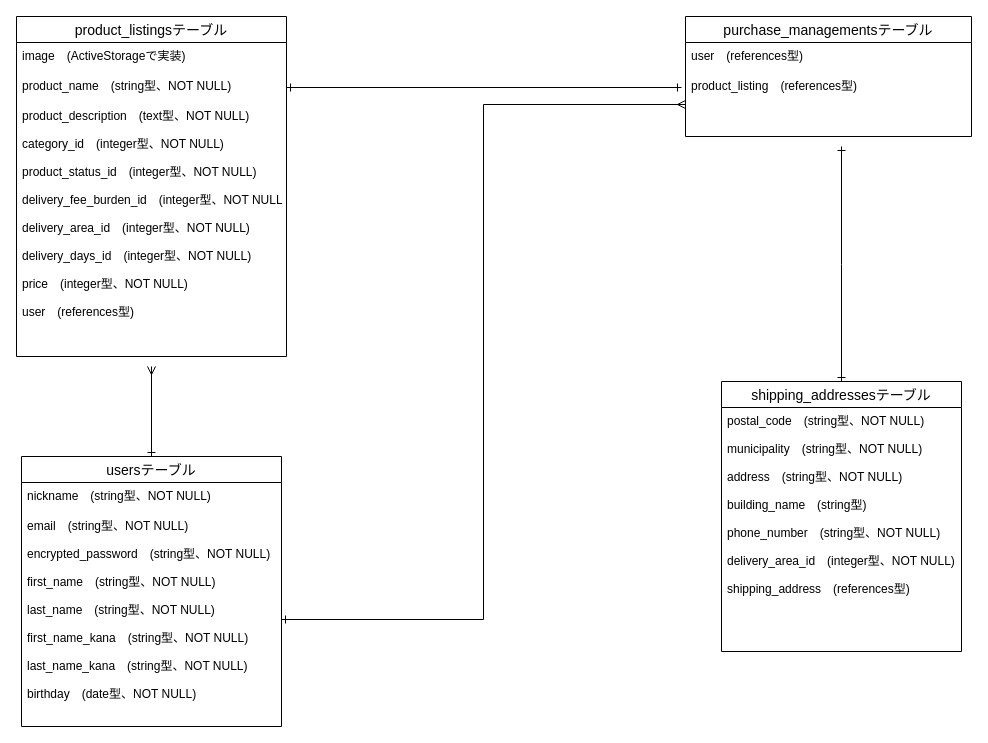
Above: test.dio in Shunsuke1523/furima-34498 (draw.io), before the change. Source tidied: cells renumbered, new cells numbered last; positions are measured from the earlier drawing's top-left corner, leaving out a move shared by most shapes. Both pictures are drawn from the tidied source at 100%, with x=0, y=0 at pixel (16, 16).
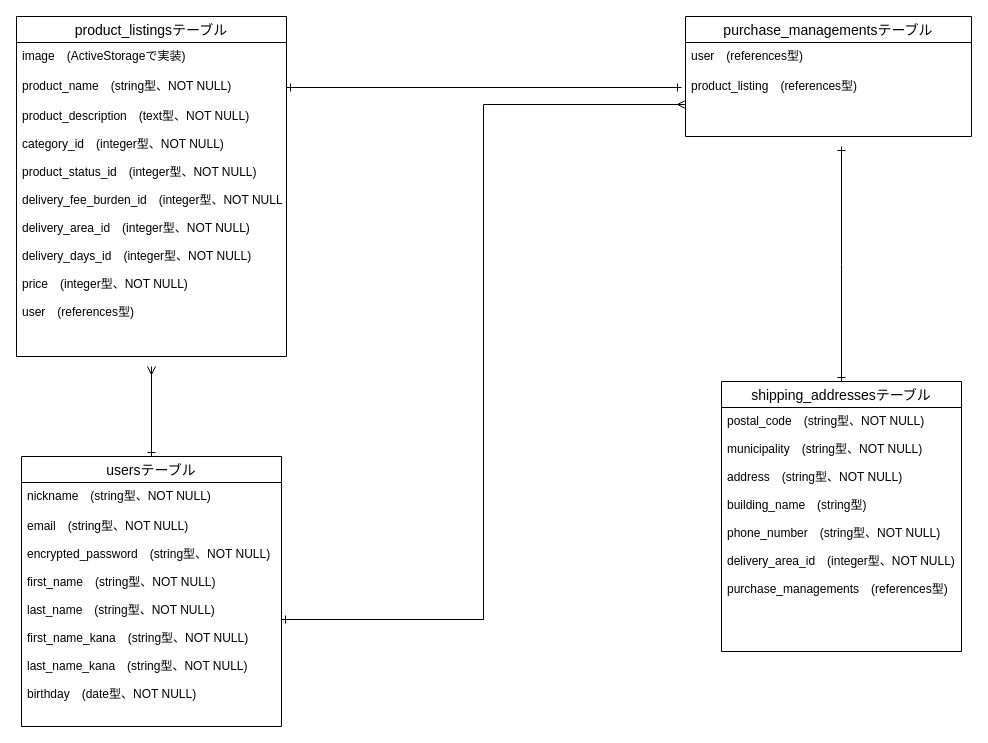
The same diagram, later.

Commit message (it also covers changes not shown here):
データベース設計 (修正)

What changed in the source:
```diff
@@
 <mxGraphModel>
   <root>
     <mxCell id="0" />
     <mxCell id="1" parent="0" />
     <mxCell id="2" style="edgeStyle=orthogonalEdgeStyle;rounded=0;jettySize=auto;html=1;startArrow=ERone;startFill=0;endArrow=ERmany;endFill=0;" parent="1" edge="1" source="3">
       <mxGeometry relative="1" as="geometry">
         <mxPoint x="135" y="350" as="targetPoint" />
       </mxGeometry>
     </mxCell>
     <mxCell id="3" value="usersテーブル" style="swimlane;fontStyle=0;horizontal=1;startSize=26;align=center;fontSize=14;" parent="1" vertex="1">
       <mxGeometry x="5" y="440" width="260" height="270" as="geometry" />
     </mxCell>
     <mxCell id="4" value="nickname　(string型、NOT NULL)" style="text;strokeColor=none;fillColor=none;spacingLeft=4;spacingRight=4;overflow=hidden;fontSize=12;" parent="3" vertex="1">
       <mxGeometry y="26" width="260" height="30" as="geometry" />
     </mxCell>
     <mxCell id="5" value="email　(string型、NOT NULL)&#10;&#10;encrypted_password　(string型、NOT NULL)&#10;&#10;first_name　(string型、NOT NULL)&#10;&#10;last_name　(string型、NOT NULL)&#10;&#10;first_name_kana　(string型、NOT NULL)&#10;&#10;last_name_kana　(string型、NOT NULL)&#10;&#10;birthday　(date型、NOT NULL)&#10;&#10;&#10;" style="text;strokeColor=none;fillColor=none;spacingLeft=4;spacingRight=4;overflow=hidden;points=[[0,0.5],[1,0.5]];portConstraint=eastwest;fontSize=12;" parent="3" vertex="1">
       <mxGeometry y="56" width="260" height="214" as="geometry" />
     </mxCell>
     <mxCell id="6" style="edgeStyle=orthogonalEdgeStyle;rounded=0;jettySize=auto;html=1;startArrow=ERone;startFill=0;endArrow=ERone;endFill=0;" parent="1" edge="1" source="7">
       <mxGeometry relative="1" as="geometry">
         <mxPoint x="825" y="130" as="targetPoint" />
       </mxGeometry>
     </mxCell>
     <mxCell id="7" value="shipping_addressesテーブル" style="swimlane;fontStyle=0;horizontal=1;startSize=26;align=center;fontSize=14;" parent="1" vertex="1">
       <mxGeometry x="705" y="365" width="240" height="270" as="geometry" />
     </mxCell>
-    <mxCell id="8" value="postal_code　(string型、NOT NULL)&#10;&#10;municipality　(string型、NOT NULL)&#10;&#10;address　(string型、NOT NULL)&#10;&#10;building_name　(string型)&#10;&#10;phone_number　(string型、NOT NULL)&#10;&#10;delivery_area_id　(integer型、NOT NULL)&#10;&#10;shipping_address　(references型)&#10;&#10;&#10;&#10;&#10;&#10;&#10;&#10;&#10;&#10;&#10;&#10;&#10;&#10;&#10;&#10;&#10;&#10;" style="text;strokeColor=none;fillColor=none;spacingLeft=4;spacingRight=4;overflow=hidden;fontSize=12;" parent="7" vertex="1">
+    <mxCell id="8" value="postal_code　(string型、NOT NULL)&#10;&#10;municipality　(string型、NOT NULL)&#10;&#10;address　(string型、NOT NULL)&#10;&#10;building_name　(string型)&#10;&#10;phone_number　(string型、NOT NULL)&#10;&#10;delivery_area_id　(integer型、NOT NULL)&#10;&#10;purchase_managements　(references型)&#10;&#10;&#10;&#10;&#10;&#10;&#10;&#10;&#10;&#10;&#10;&#10;&#10;&#10;&#10;&#10;&#10;&#10;" style="text;strokeColor=none;fillColor=none;spacingLeft=4;spacingRight=4;overflow=hidden;fontSize=12;" parent="7" vertex="1">
       <mxGeometry y="26" width="240" height="244" as="geometry" />
     </mxCell>
     <mxCell id="9" value="product_listingsテーブル" style="swimlane;fontStyle=0;horizontal=1;startSize=26;align=center;fontSize=14;" parent="1" vertex="1">
       <mxGeometry width="270" height="340" as="geometry" />
     </mxCell>
     <mxCell id="10" value="image　(ActiveStorageで実装)" style="text;strokeColor=none;fillColor=none;spacingLeft=4;spacingRight=4;overflow=hidden;fontSize=12;" parent="9" vertex="1">
       <mxGeometry y="26" width="270" height="30" as="geometry" />
     </mxCell>
     <mxCell id="11" value="product_name　(string型、NOT NULL)" style="text;strokeColor=none;fillColor=none;spacingLeft=4;spacingRight=4;overflow=hidden;points=[[0,0.5],[1,0.5]];portConstraint=eastwest;fontSize=12;" parent="9" vertex="1">
       <mxGeometry y="56" width="270" height="30" as="geometry" />
     </mxCell>
     <mxCell id="12" value="product_description　(text型、NOT NULL)&#10;&#10;category_id　(integer型、NOT NULL)&#10;&#10;product_status_id　(integer型、NOT NULL)&#10;&#10;delivery_fee_burden_id　(integer型、NOT NULL)&#10;&#10;delivery_area_id　(integer型、NOT NULL)&#10;&#10;delivery_days_id　(integer型、NOT NULL)&#10;&#10;price　(integer型、NOT NULL)&#10;&#10;user　(references型)" style="text;strokeColor=none;fillColor=none;spacingLeft=4;spacingRight=4;overflow=hidden;fontSize=12;" parent="9" vertex="1">
       <mxGeometry y="86" width="270" height="254" as="geometry" />
     </mxCell>
     <mxCell id="13" value="purchase_managementsテーブル" style="swimlane;fontStyle=0;horizontal=1;startSize=26;align=center;fontSize=14;" parent="1" vertex="1">
       <mxGeometry x="669" width="286" height="120" as="geometry" />
     </mxCell>
     <mxCell id="14" value="user　(references型)&#10;" style="text;strokeColor=none;fillColor=none;spacingLeft=4;spacingRight=4;overflow=hidden;fontSize=12;" parent="13" vertex="1">
       <mxGeometry y="26" width="286" height="30" as="geometry" />
     </mxCell>
     <mxCell id="15" value="product_listing　(references型)" style="text;strokeColor=none;fillColor=none;spacingLeft=4;spacingRight=4;overflow=hidden;points=[[0,0.5],[1,0.5]];portConstraint=eastwest;fontSize=12;" parent="13" vertex="1">
       <mxGeometry y="56" width="286" height="64" as="geometry" />
     </mxCell>
     <mxCell id="16" style="edgeStyle=orthogonalEdgeStyle;rounded=0;jettySize=auto;html=1;startArrow=ERone;startFill=0;endArrow=ERmany;endFill=0;entryX=0;entryY=0.5;entryDx=0;entryDy=0;" parent="1" edge="1" source="5" target="15">
       <mxGeometry relative="1" as="geometry" />
     </mxCell>
     <mxCell id="17" style="edgeStyle=orthogonalEdgeStyle;rounded=0;jettySize=auto;html=1;startArrow=ERone;startFill=0;endArrow=ERone;endFill=0;" parent="1" edge="1" source="11">
       <mxGeometry relative="1" as="geometry">
         <mxPoint x="665" y="71" as="targetPoint" />
       </mxGeometry>
     </mxCell>
   </root>
 </mxGraphModel>
```
